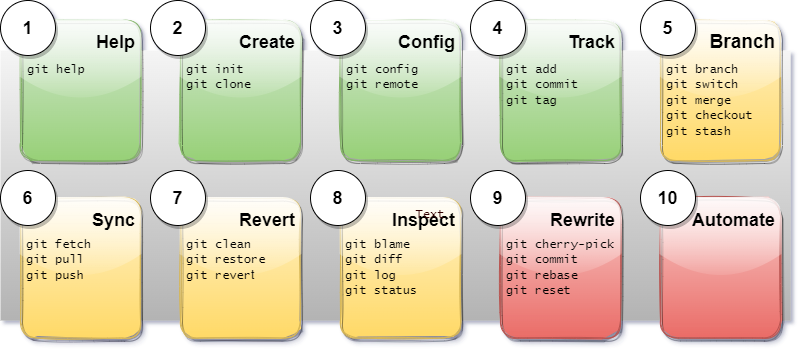
Above: Assets/images/git-ops-overview.png in braboj/tutorial-git (draw.io), before the change. Source tidied: cells renumbered, new cells last; positions are measured from the earlier drawing's top-left corner, leaving out a move shared by most shapes. Its diagram source:
```xml
<mxGraphModel>
  <root>
    <mxCell id="0" />
    <mxCell id="1" parent="0" />
    <mxCell id="2" style="rounded=0;whiteSpace=wrap;html=1;fontSize=18;fillColor=#f5f5f5;gradientColor=#b3b3b3;strokeColor=none;glass=0;" parent="1" vertex="1">
      <mxGeometry y="50" width="790" height="270" as="geometry" />
    </mxCell>
    <mxCell id="3" value="&lt;h1&gt;&lt;font style=&quot;font-size: 18px&quot;&gt;Help&lt;/font&gt;&lt;/h1&gt;" style="text;html=1;strokeColor=#82b366;fillColor=#d5e8d4;spacing=5;spacingTop=-20;whiteSpace=wrap;overflow=hidden;rounded=1;gradientColor=#97d077;align=right;glass=1;sketch=1;shadow=1;" parent="1" vertex="1">
      <mxGeometry x="20" y="20" width="120" height="140" as="geometry" />
    </mxCell>
    <mxCell id="4" value="&lt;h1&gt;&lt;font style=&quot;font-size: 18px&quot;&gt;Rewrite&lt;/font&gt;&lt;/h1&gt;&lt;div style=&quot;text-align: left&quot;&gt;&lt;br&gt;&lt;/div&gt;&lt;div style=&quot;text-align: left&quot;&gt;&lt;br&gt;&lt;/div&gt;" style="text;html=1;strokeColor=#b85450;fillColor=#f8cecc;spacing=5;spacingTop=-20;whiteSpace=wrap;overflow=hidden;rounded=1;gradientColor=#ea6b66;align=right;glass=1;sketch=1;shadow=1;" parent="1" vertex="1">
      <mxGeometry x="500" y="197.5" width="120" height="140" as="geometry" />
    </mxCell>
    <mxCell id="5" value="&lt;h1&gt;&lt;font style=&quot;font-size: 18px&quot;&gt;Automate&lt;/font&gt;&lt;/h1&gt;&lt;div style=&quot;text-align: left&quot;&gt;&lt;br&gt;&lt;/div&gt;&lt;div style=&quot;text-align: left&quot;&gt;&lt;br&gt;&lt;/div&gt;" style="text;html=1;strokeColor=#b85450;fillColor=#f8cecc;spacing=5;spacingTop=-20;whiteSpace=wrap;overflow=hidden;rounded=1;gradientColor=#ea6b66;align=right;glass=1;shadow=1;sketch=1;" parent="1" vertex="1">
      <mxGeometry x="660" y="197.5" width="120" height="140" as="geometry" />
    </mxCell>
    <mxCell id="6" value="&lt;h1&gt;&lt;font style=&quot;font-size: 18px&quot;&gt;Create&lt;/font&gt;&lt;/h1&gt;" style="text;html=1;strokeColor=#82b366;fillColor=#d5e8d4;spacing=5;spacingTop=-20;whiteSpace=wrap;overflow=hidden;rounded=1;gradientColor=#97d077;align=right;glass=1;sketch=1;shadow=1;" parent="1" vertex="1">
      <mxGeometry x="180" y="20" width="120" height="140" as="geometry" />
    </mxCell>
    <mxCell id="7" value="&lt;h1&gt;&lt;font style=&quot;font-size: 18px&quot;&gt;Config&lt;/font&gt;&lt;/h1&gt;" style="text;html=1;strokeColor=#82b366;fillColor=#d5e8d4;spacing=5;spacingTop=-20;whiteSpace=wrap;overflow=hidden;rounded=1;gradientColor=#97d077;align=right;glass=1;shadow=1;sketch=1;" parent="1" vertex="1">
      <mxGeometry x="340" y="20" width="120" height="140" as="geometry" />
    </mxCell>
    <mxCell id="8" value="&lt;h1&gt;&lt;font style=&quot;font-size: 18px&quot;&gt;Track&lt;/font&gt;&lt;/h1&gt;" style="text;html=1;strokeColor=#82b366;fillColor=#d5e8d4;spacing=5;spacingTop=-20;whiteSpace=wrap;overflow=hidden;rounded=1;gradientColor=#97d077;align=right;glass=1;sketch=1;shadow=1;" parent="1" vertex="1">
      <mxGeometry x="500" y="20" width="120" height="140" as="geometry" />
    </mxCell>
    <mxCell id="9" value="&lt;h1&gt;&lt;font style=&quot;font-size: 19px&quot;&gt;Branch&lt;/font&gt;&lt;/h1&gt;" style="text;html=1;strokeColor=#d6b656;fillColor=#fff2cc;spacing=5;spacingTop=-20;whiteSpace=wrap;overflow=hidden;rounded=1;gradientColor=#ffd966;align=right;glass=1;sketch=1;shadow=1;" parent="1" vertex="1">
      <mxGeometry x="660" y="20" width="120" height="140" as="geometry" />
    </mxCell>
    <mxCell id="10" value="&lt;h1&gt;&lt;font style=&quot;font-size: 18px&quot;&gt;Inspect&lt;/font&gt;&lt;/h1&gt;&lt;span style=&quot;color: rgba(0 , 0 , 0 , 0) ; font-size: 0px&quot;&gt;&lt;div style=&quot;text-align: left&quot;&gt;&lt;span&gt;%3CmxGraphModel%3E%3Croot%3E%3CmxCell%20id%3D%220%22%2F%3E%3CmxCell%20id%3D%221%22%20parent%3D%220%22%2F%3E%3CmxCell%20id%3D%222%22%20value%3D%22%26lt%3Bh1%26gt%3BSync%26lt%3B%2Fh1%26gt%3B%26lt%3Bdiv%26gt%3Bgit%20fetch%26lt%3B%2Fdiv%26gt%3B%26lt%3Bdiv%26gt%3Bgit%20pull%26lt%3B%2Fdiv%26gt%3B%26lt%3Bdiv%26gt%3Bgit%20push%26lt%3B%2Fdiv%26gt%3B%22%20style%3D%22text%3Bhtml%3D1%3BstrokeColor%3Dnone%3BfillColor%3Dnone%3Bspacing%3D5%3BspacingTop%3D-20%3BwhiteSpace%3Dwrap%3Boverflow%3Dhidden%3Brounded%3D0%3B%22%20vertex%3D%221%22%20parent%3D%221%22%3E%3CmxGeometry%20x%3D%22375%22%20y%3D%22200%22%20width%3D%2290%22%20height%3D%22140%22%20as%3D%22geometry%22%2F%3E%3C%2FmxCell%3E%3C%2Froot%3E%3C%2FmxGraphModel%3E&lt;/span&gt;&lt;/div&gt;&lt;/span&gt;" style="text;html=1;strokeColor=#d6b656;fillColor=#fff2cc;spacing=5;spacingTop=-20;whiteSpace=wrap;overflow=hidden;rounded=1;gradientColor=#ffd966;align=right;glass=1;shadow=1;sketch=1;" parent="1" vertex="1">
      <mxGeometry x="340" y="197.5" width="120" height="140" as="geometry" />
    </mxCell>
    <mxCell id="11" value="1" style="ellipse;whiteSpace=wrap;html=1;fontSize=18;fontStyle=1;shadow=1;" parent="1" vertex="1">
      <mxGeometry width="55" height="55" as="geometry" />
    </mxCell>
    <mxCell id="12" value="2" style="ellipse;whiteSpace=wrap;html=1;fontSize=18;fontStyle=1;shadow=1;" parent="1" vertex="1">
      <mxGeometry x="150" width="55" height="55" as="geometry" />
    </mxCell>
    <mxCell id="13" value="3" style="ellipse;whiteSpace=wrap;html=1;fontSize=18;fontStyle=1;shadow=1;" parent="1" vertex="1">
      <mxGeometry x="310" width="55" height="55" as="geometry" />
    </mxCell>
    <mxCell id="14" value="4" style="ellipse;whiteSpace=wrap;html=1;fontSize=18;fontStyle=1;shadow=1;" parent="1" vertex="1">
      <mxGeometry x="470" width="55" height="55" as="geometry" />
    </mxCell>
    <mxCell id="15" value="5" style="ellipse;whiteSpace=wrap;html=1;fontSize=18;fontStyle=1;shadow=1;" parent="1" vertex="1">
      <mxGeometry x="640" width="55" height="55" as="geometry" />
    </mxCell>
    <mxCell id="16" value="8" style="ellipse;whiteSpace=wrap;html=1;fontSize=18;fontStyle=1;shadow=1;" parent="1" vertex="1">
      <mxGeometry x="310" y="170" width="55" height="55" as="geometry" />
    </mxCell>
    <mxCell id="17" value="9" style="ellipse;whiteSpace=wrap;html=1;fontSize=18;fontStyle=1;shadow=1;" parent="1" vertex="1">
      <mxGeometry x="470" y="170" width="55" height="55" as="geometry" />
    </mxCell>
    <mxCell id="18" value="10" style="ellipse;whiteSpace=wrap;html=1;fontSize=18;fontStyle=1;shadow=1;" parent="1" vertex="1">
      <mxGeometry x="640" y="170" width="55" height="55" as="geometry" />
    </mxCell>
    <mxCell id="19" value="&lt;h1&gt;&lt;font style=&quot;font-size: 18px&quot;&gt;Sync&lt;/font&gt;&lt;/h1&gt;" style="text;html=1;strokeColor=#d6b656;fillColor=#fff2cc;spacing=5;spacingTop=-20;whiteSpace=wrap;overflow=hidden;rounded=1;gradientColor=#ffd966;align=right;glass=1;shadow=1;sketch=1;" parent="1" vertex="1">
      <mxGeometry x="20" y="197.5" width="120" height="140" as="geometry" />
    </mxCell>
    <mxCell id="20" value="&lt;h1&gt;&lt;font style=&quot;font-size: 18px&quot;&gt;Revert&lt;/font&gt;&lt;/h1&gt;&lt;div style=&quot;text-align: left&quot;&gt;&lt;br&gt;&lt;/div&gt;" style="text;html=1;strokeColor=#d6b656;fillColor=#fff2cc;spacing=5;spacingTop=-20;whiteSpace=wrap;overflow=hidden;rounded=1;gradientColor=#ffd966;align=right;glass=1;sketch=1;shadow=1;" parent="1" vertex="1">
      <mxGeometry x="180" y="197.5" width="120" height="140" as="geometry" />
    </mxCell>
    <mxCell id="21" value="6" style="ellipse;whiteSpace=wrap;html=1;fontSize=18;fontStyle=1;shadow=1;" parent="1" vertex="1">
      <mxGeometry y="170" width="55" height="55" as="geometry" />
    </mxCell>
    <mxCell id="22" value="7" style="ellipse;whiteSpace=wrap;html=1;fontSize=18;fontStyle=1;shadow=1;" parent="1" vertex="1">
      <mxGeometry x="150" y="170" width="55" height="55" as="geometry" />
    </mxCell>
    <mxCell id="23" value="Text" style="text;html=1;strokeColor=none;fillColor=none;align=center;verticalAlign=middle;whiteSpace=wrap;rounded=0;shadow=1;glass=0;sketch=1;fillStyle=solid;fontFamily=Lucida Console;fontSize=12;fontColor=#330000;" parent="1" vertex="1">
      <mxGeometry x="400" y="200" width="60" height="30" as="geometry" />
    </mxCell>
    <mxCell id="24" value="&lt;div style=&quot;color: rgb(0 , 0 , 0) ; font-family: &amp;#34;helvetica&amp;#34; ; text-align: left&quot;&gt;&lt;font face=&quot;Lucida Console&quot;&gt;git cherry-pick&lt;/font&gt;&lt;/div&gt;&lt;div style=&quot;color: rgb(0 , 0 , 0) ; font-family: &amp;#34;helvetica&amp;#34; ; text-align: left&quot;&gt;&lt;font face=&quot;Lucida Console&quot;&gt;git commit&lt;/font&gt;&lt;/div&gt;&lt;div style=&quot;color: rgb(0 , 0 , 0) ; font-family: &amp;#34;helvetica&amp;#34; ; text-align: left&quot;&gt;&lt;font face=&quot;Lucida Console&quot;&gt;git rebase&lt;/font&gt;&lt;/div&gt;&lt;div style=&quot;color: rgb(0 , 0 , 0) ; font-family: &amp;#34;helvetica&amp;#34; ; text-align: left&quot;&gt;&lt;font face=&quot;Lucida Console&quot;&gt;git reset&lt;/font&gt;&lt;/div&gt;" style="text;html=1;strokeColor=none;fillColor=none;align=center;verticalAlign=top;whiteSpace=wrap;rounded=0;shadow=1;glass=0;sketch=1;fillStyle=solid;fontFamily=Lucida Console;fontSize=12;fontColor=#330000;" parent="1" vertex="1">
      <mxGeometry x="500" y="230" width="120" height="80" as="geometry" />
    </mxCell>
    <mxCell id="25" value="&lt;div style=&quot;color: rgb(0 , 0 , 0) ; font-family: &amp;quot;helvetica&amp;quot;&quot;&gt;&lt;div style=&quot;font-family: &amp;quot;helvetica&amp;quot;&quot;&gt;&lt;font face=&quot;Lucida Console&quot;&gt;git blame&lt;/font&gt;&lt;/div&gt;&lt;div style=&quot;font-family: &amp;quot;helvetica&amp;quot;&quot;&gt;&lt;font face=&quot;Lucida Console&quot;&gt;git diff&lt;br&gt;&lt;/font&gt;&lt;/div&gt;&lt;div style=&quot;font-family: &amp;quot;helvetica&amp;quot;&quot;&gt;&lt;font face=&quot;Lucida Console&quot;&gt;git log&lt;br&gt;&lt;/font&gt;&lt;/div&gt;&lt;div style=&quot;font-family: &amp;quot;helvetica&amp;quot;&quot;&gt;&lt;font face=&quot;Lucida Console&quot;&gt;git status&lt;br&gt;&lt;/font&gt;&lt;/div&gt;&lt;span style=&quot;font-family: &amp;quot;helvetica&amp;quot; ; color: rgba(0 , 0 , 0 , 0) ; font-size: 0px&quot;&gt;&lt;div style=&quot;&quot;&gt;%3CmxGraphModel%3E%3Croot%3E%3CmxCell%20id%3D%220%22%2F%3E%3CmxCell%20id%3D%221%22%20parent%3D%220%22%2F%3E%3CmxCell%20id%3D%222%22%20value%3D%22%26lt%3Bh1%26gt%3BSync%26lt%3B%2Fh1%26gt%3B%26lt%3Bdiv%26gt%3Bgit%20fetch%26lt%3B%2Fdiv%26gt%3B%26lt%3Bdiv%26gt%3Bgit%20pull%26lt%3B%2Fdiv%26gt%3B%26lt%3Bdiv%26gt%3Bgit%20push%26lt%3B%2Fdiv%26gt%3B%22%20style%3D%22text%3Bhtml%3D1%3BstrokeColor%3Dnone%3BfillColor%3Dnone%3Bspacing%3D5%3BspacingTop%3D-20%3BwhiteSpace%3Dwrap%3Boverflow%3Dhidden%3Brounded%3D0%3B%22%20vertex%3D%221%22%20parent%3D%221%22%3E%3CmxGeometry%20x%3D%22375%22%20y%3D%22200%22%20width%3D%2290%22%20height%3D%22140%22%20as%3D%22geometry%22%2F%3E%3C%2FmxCell%3E%3C%2Froot%3E%3C%2FmxGraphModel%3E&lt;/div&gt;&lt;/span&gt;&lt;/div&gt;" style="text;html=1;strokeColor=none;fillColor=none;align=left;verticalAlign=top;whiteSpace=wrap;rounded=0;shadow=1;glass=0;sketch=1;fillStyle=solid;fontFamily=Lucida Console;fontSize=12;fontColor=#330000;" parent="1" vertex="1">
      <mxGeometry x="343" y="230" width="120" height="80" as="geometry" />
    </mxCell>
    <mxCell id="26" value="&lt;div style=&quot;color: rgb(0 , 0 , 0) ; font-family: &amp;#34;helvetica&amp;#34;&quot;&gt;&lt;div style=&quot;font-family: &amp;#34;helvetica&amp;#34;&quot;&gt;&lt;div style=&quot;font-family: &amp;#34;helvetica&amp;#34;&quot;&gt;&lt;font face=&quot;Lucida Console&quot;&gt;git clean&lt;/font&gt;&lt;/div&gt;&lt;div style=&quot;font-family: &amp;#34;helvetica&amp;#34;&quot;&gt;&lt;font face=&quot;Lucida Console&quot;&gt;git restore&lt;/font&gt;&lt;/div&gt;&lt;div style=&quot;font-family: &amp;#34;helvetica&amp;#34;&quot;&gt;&lt;font face=&quot;Lucida Console&quot;&gt;git rever&lt;/font&gt;t&lt;/div&gt;&lt;/div&gt;&lt;/div&gt;" style="text;html=1;strokeColor=none;fillColor=none;align=left;verticalAlign=top;whiteSpace=wrap;rounded=0;shadow=1;glass=0;sketch=1;fillStyle=solid;fontFamily=Lucida Console;fontSize=12;fontColor=#330000;" parent="1" vertex="1">
      <mxGeometry x="184" y="230" width="120" height="80" as="geometry" />
    </mxCell>
    <mxCell id="27" value="&lt;div style=&quot;color: rgb(0 , 0 , 0) ; font-family: &amp;#34;helvetica&amp;#34;&quot;&gt;&lt;div style=&quot;font-family: &amp;#34;helvetica&amp;#34;&quot;&gt;&lt;div style=&quot;font-family: &amp;#34;helvetica&amp;#34;&quot;&gt;&lt;div style=&quot;font-family: &amp;#34;helvetica&amp;#34;&quot;&gt;&lt;font face=&quot;Lucida Console&quot;&gt;git fetch&lt;/font&gt;&lt;/div&gt;&lt;div style=&quot;font-family: &amp;#34;helvetica&amp;#34;&quot;&gt;&lt;font face=&quot;Lucida Console&quot;&gt;git pull&lt;/font&gt;&lt;/div&gt;&lt;div style=&quot;font-family: &amp;#34;helvetica&amp;#34;&quot;&gt;&lt;font face=&quot;Lucida Console&quot;&gt;git push&lt;/font&gt;&lt;/div&gt;&lt;/div&gt;&lt;/div&gt;&lt;/div&gt;" style="text;html=1;strokeColor=none;fillColor=none;align=left;verticalAlign=top;whiteSpace=wrap;rounded=0;shadow=1;glass=0;sketch=1;fillStyle=solid;fontFamily=Lucida Console;fontSize=12;fontColor=#330000;" parent="1" vertex="1">
      <mxGeometry x="24" y="230" width="120" height="80" as="geometry" />
    </mxCell>
    <mxCell id="28" value="&lt;div style=&quot;color: rgb(0, 0, 0); font-family: helvetica;&quot;&gt;&lt;span style=&quot;font-family: &amp;quot;lucida console&amp;quot;&quot;&gt;git branch&lt;/span&gt;&lt;/div&gt;&lt;div style=&quot;color: rgb(0, 0, 0); font-family: helvetica;&quot;&gt;&lt;span style=&quot;font-family: &amp;quot;lucida console&amp;quot;&quot;&gt;git switch&lt;/span&gt;&lt;/div&gt;&lt;div style=&quot;color: rgb(0, 0, 0); font-family: helvetica;&quot;&gt;&lt;span style=&quot;font-family: &amp;quot;lucida console&amp;quot;&quot;&gt;git merge&lt;/span&gt;&lt;/div&gt;&lt;div style=&quot;color: rgb(0, 0, 0); font-family: helvetica;&quot;&gt;&lt;span style=&quot;font-family: &amp;quot;lucida console&amp;quot;&quot;&gt;git checkout&lt;/span&gt;&lt;/div&gt;&lt;div style=&quot;color: rgb(0, 0, 0); font-family: helvetica;&quot;&gt;&lt;span style=&quot;font-family: &amp;quot;lucida console&amp;quot;&quot;&gt;git stash&lt;/span&gt;&lt;/div&gt;" style="text;html=1;strokeColor=none;fillColor=none;align=left;verticalAlign=top;whiteSpace=wrap;rounded=0;shadow=1;glass=0;sketch=1;fillStyle=solid;fontFamily=Lucida Console;fontSize=12;fontColor=#330000;" parent="1" vertex="1">
      <mxGeometry x="664" y="55" width="120" height="90" as="geometry" />
    </mxCell>
    <mxCell id="29" value="&lt;div style=&quot;color: rgb(0 , 0 , 0) ; font-family: &amp;#34;helvetica&amp;#34;&quot;&gt;&lt;span style=&quot;font-family: &amp;#34;lucida console&amp;#34;&quot;&gt;git add&lt;/span&gt;&lt;/div&gt;&lt;div style=&quot;color: rgb(0 , 0 , 0) ; font-family: &amp;#34;helvetica&amp;#34;&quot;&gt;&lt;span style=&quot;font-family: &amp;#34;lucida console&amp;#34;&quot;&gt;git commit&lt;/span&gt;&lt;/div&gt;&lt;div style=&quot;color: rgb(0 , 0 , 0) ; font-family: &amp;#34;helvetica&amp;#34;&quot;&gt;&lt;span style=&quot;font-family: &amp;#34;lucida console&amp;#34;&quot;&gt;git tag&lt;/span&gt;&lt;/div&gt;" style="text;html=1;strokeColor=none;fillColor=none;align=left;verticalAlign=top;whiteSpace=wrap;rounded=0;shadow=1;glass=0;sketch=1;fillStyle=solid;fontFamily=Lucida Console;fontSize=12;fontColor=#330000;" parent="1" vertex="1">
      <mxGeometry x="504" y="55" width="120" height="90" as="geometry" />
    </mxCell>
    <mxCell id="30" value="&lt;div style=&quot;color: rgb(0 , 0 , 0) ; font-family: &amp;#34;helvetica&amp;#34;&quot;&gt;&lt;span style=&quot;font-family: &amp;#34;lucida console&amp;#34;&quot;&gt;git config&lt;/span&gt;&lt;/div&gt;&lt;div style=&quot;color: rgb(0 , 0 , 0) ; font-family: &amp;#34;helvetica&amp;#34;&quot;&gt;&lt;span style=&quot;font-family: &amp;#34;lucida console&amp;#34;&quot;&gt;git remote&lt;/span&gt;&lt;/div&gt;" style="text;html=1;strokeColor=none;fillColor=none;align=left;verticalAlign=top;whiteSpace=wrap;rounded=0;shadow=1;glass=0;sketch=1;fillStyle=solid;fontFamily=Lucida Console;fontSize=12;fontColor=#330000;" parent="1" vertex="1">
      <mxGeometry x="344" y="55" width="120" height="90" as="geometry" />
    </mxCell>
    <mxCell id="31" value="&lt;div style=&quot;color: rgb(0 , 0 , 0) ; font-family: &amp;#34;helvetica&amp;#34;&quot;&gt;&lt;span style=&quot;font-family: &amp;#34;lucida console&amp;#34;&quot;&gt;git init&lt;/span&gt;&lt;/div&gt;&lt;div style=&quot;color: rgb(0 , 0 , 0) ; font-family: &amp;#34;helvetica&amp;#34;&quot;&gt;&lt;span style=&quot;font-family: &amp;#34;lucida console&amp;#34;&quot;&gt;git clone&lt;/span&gt;&lt;/div&gt;" style="text;html=1;strokeColor=none;fillColor=none;align=left;verticalAlign=top;whiteSpace=wrap;rounded=0;shadow=1;glass=0;sketch=1;fillStyle=solid;fontFamily=Lucida Console;fontSize=12;fontColor=#330000;" parent="1" vertex="1">
      <mxGeometry x="184" y="55" width="120" height="90" as="geometry" />
    </mxCell>
    <mxCell id="32" value="&lt;div style=&quot;color: rgb(0 , 0 , 0) ; font-family: &amp;#34;helvetica&amp;#34;&quot;&gt;&lt;span style=&quot;font-family: &amp;#34;lucida console&amp;#34;&quot;&gt;git help&lt;/span&gt;&lt;/div&gt;" style="text;html=1;strokeColor=none;fillColor=none;align=left;verticalAlign=top;whiteSpace=wrap;rounded=0;shadow=1;glass=0;sketch=1;fillStyle=solid;fontFamily=Lucida Console;fontSize=12;fontColor=#330000;" parent="1" vertex="1">
      <mxGeometry x="25" y="55" width="120" height="90" as="geometry" />
    </mxCell>
  </root>
</mxGraphModel>
```
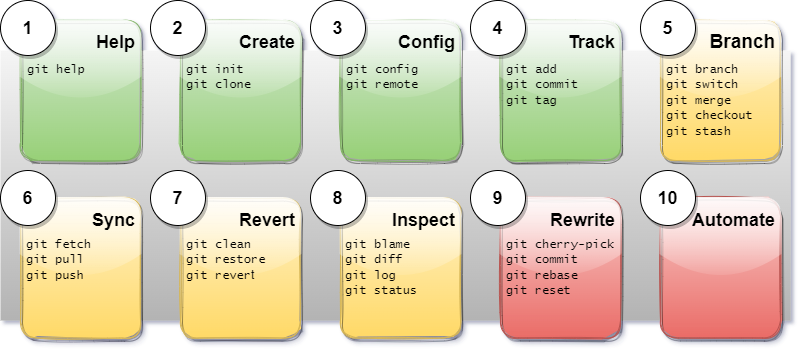
The same file after the commit.

Commit message:
(TUT-GIT) - Git operations overview

What changed in the source:
```diff
@@ -65,9 +65,6 @@
     <mxCell id="22" value="7" style="ellipse;whiteSpace=wrap;html=1;fontSize=18;fontStyle=1;shadow=1;" parent="1" vertex="1">
       <mxGeometry x="150" y="170" width="55" height="55" as="geometry" />
     </mxCell>
-    <mxCell id="23" value="Text" style="text;html=1;strokeColor=none;fillColor=none;align=center;verticalAlign=middle;whiteSpace=wrap;rounded=0;shadow=1;glass=0;sketch=1;fillStyle=solid;fontFamily=Lucida Console;fontSize=12;fontColor=#330000;" parent="1" vertex="1">
-      <mxGeometry x="400" y="200" width="60" height="30" as="geometry" />
-    </mxCell>
     <mxCell id="24" value="&lt;div style=&quot;color: rgb(0 , 0 , 0) ; font-family: &amp;#34;helvetica&amp;#34; ; text-align: left&quot;&gt;&lt;font face=&quot;Lucida Console&quot;&gt;git cherry-pick&lt;/font&gt;&lt;/div&gt;&lt;div style=&quot;color: rgb(0 , 0 , 0) ; font-family: &amp;#34;helvetica&amp;#34; ; text-align: left&quot;&gt;&lt;font face=&quot;Lucida Console&quot;&gt;git commit&lt;/font&gt;&lt;/div&gt;&lt;div style=&quot;color: rgb(0 , 0 , 0) ; font-family: &amp;#34;helvetica&amp;#34; ; text-align: left&quot;&gt;&lt;font face=&quot;Lucida Console&quot;&gt;git rebase&lt;/font&gt;&lt;/div&gt;&lt;div style=&quot;color: rgb(0 , 0 , 0) ; font-family: &amp;#34;helvetica&amp;#34; ; text-align: left&quot;&gt;&lt;font face=&quot;Lucida Console&quot;&gt;git reset&lt;/font&gt;&lt;/div&gt;" style="text;html=1;strokeColor=none;fillColor=none;align=center;verticalAlign=top;whiteSpace=wrap;rounded=0;shadow=1;glass=0;sketch=1;fillStyle=solid;fontFamily=Lucida Console;fontSize=12;fontColor=#330000;" parent="1" vertex="1">
       <mxGeometry x="500" y="230" width="120" height="80" as="geometry" />
     </mxCell>
```
